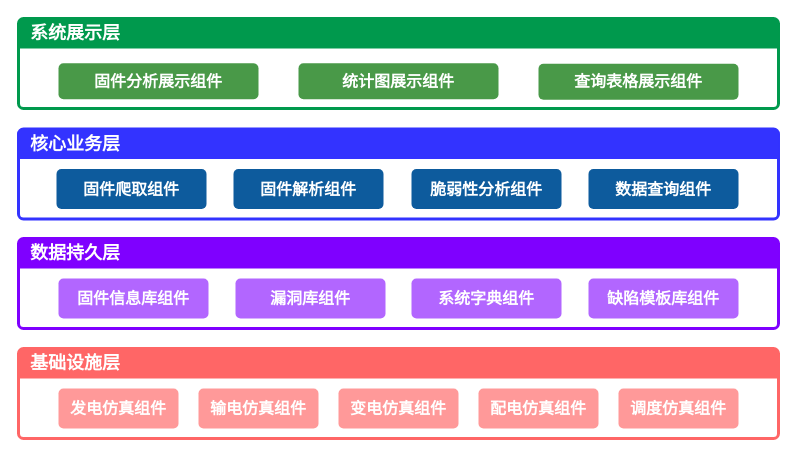
Before: page "固件漏洞" (2 of 4) of 组件关联.drawio in ytwei72/drawio, a draw.io diagram. Source tidied: cells renumbered, new cells numbered last; positions are measured from the earlier drawing's top-left corner, leaving out a move shared by most shapes. Both pictures are drawn from the tidied source at 100%, with x=0, y=0 at pixel (18, 18).
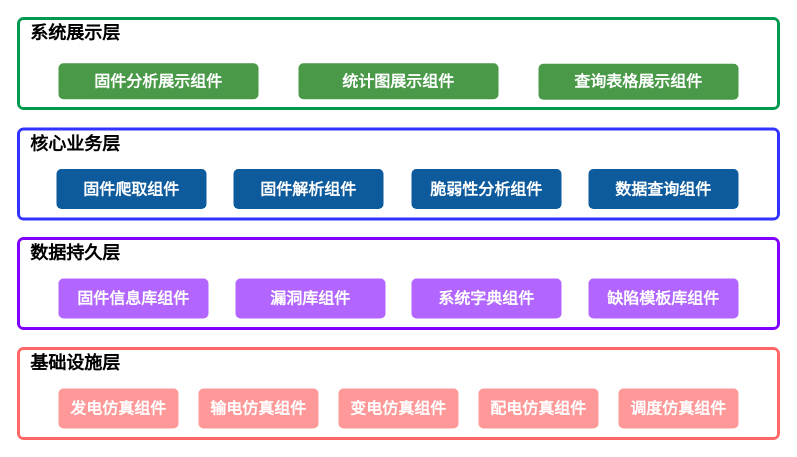
The same diagram, later.

Unchanged cells that the change refers to:
```xml
<mxCell id="2" style="html=1;shadow=0;dashed=0;shape=mxgraph.bootstrap.rrect;align=center;rSize=5;strokeColor=#00994D;fontColor=#f0f0f0;spacingTop=30;whiteSpace=wrap;fillColor=none;strokeWidth=3;" parent="1" vertex="1">
  <mxGeometry width="760" height="90" as="geometry" />
</mxCell>
<mxCell id="7" style="html=1;shadow=0;dashed=0;shape=mxgraph.bootstrap.rrect;align=center;rSize=5;strokeColor=#3333FF;fontColor=#f0f0f0;spacingTop=30;whiteSpace=wrap;fillColor=none;strokeWidth=3;" parent="1" vertex="1">
  <mxGeometry y="110.5" width="760" height="90" as="geometry" />
</mxCell>
<mxCell id="13" style="html=1;shadow=0;dashed=0;shape=mxgraph.bootstrap.rrect;align=center;rSize=5;strokeColor=#7F00FF;fontColor=#f0f0f0;spacingTop=30;whiteSpace=wrap;fillColor=none;strokeWidth=3;" parent="1" vertex="1">
  <mxGeometry y="220" width="760" height="90" as="geometry" />
</mxCell>
<mxCell id="19" style="html=1;shadow=0;dashed=0;shape=mxgraph.bootstrap.rrect;align=center;rSize=5;strokeColor=#FF6666;fontColor=#f0f0f0;spacingTop=30;whiteSpace=wrap;fillColor=none;strokeWidth=3;" parent="1" vertex="1">
  <mxGeometry y="330" width="760" height="90" as="geometry" />
</mxCell>
```

What changed in the source:
```diff
@@
-    <mxCell id="3" value="系统展示层" style="html=1;shadow=0;dashed=0;shape=mxgraph.bootstrap.topButton;rSize=5;strokeColor=none;fillColor=#00994D;fontColor=#FFFFFF;fontSize=18;fontStyle=1;align=left;spacingLeft=10;whiteSpace=wrap;" parent="2" vertex="1">
+    <mxCell id="3" value="系统展示层" style="html=1;shadow=0;dashed=0;shape=mxgraph.bootstrap.topButton;rSize=5;strokeColor=none;fillColor=none;fontColor=#000000;fontSize=18;fontStyle=1;align=left;spacingLeft=10;whiteSpace=wrap;" parent="2" vertex="1">
       <mxGeometry width="760" height="30" relative="1" as="geometry" />
     </mxCell>
@@
-    <mxCell id="8" value="核心业务层" style="html=1;shadow=0;dashed=0;shape=mxgraph.bootstrap.topButton;rSize=5;strokeColor=none;fillColor=#3333FF;fontColor=#FFFFFF;fontSize=18;fontStyle=1;align=left;spacingLeft=10;whiteSpace=wrap;" parent="7" vertex="1">
+    <mxCell id="8" value="核心业务层" style="html=1;shadow=0;dashed=0;shape=mxgraph.bootstrap.topButton;rSize=5;strokeColor=none;fillColor=none;fontColor=#000000;fontSize=18;fontStyle=1;align=left;spacingLeft=10;whiteSpace=wrap;" parent="7" vertex="1">
       <mxGeometry width="760" height="30" relative="1" as="geometry" />
     </mxCell>
@@
-    <mxCell id="14" value="数据持久层" style="html=1;shadow=0;dashed=0;shape=mxgraph.bootstrap.topButton;rSize=5;strokeColor=none;fillColor=#7F00FF;fontColor=#FFFFFF;fontSize=18;fontStyle=1;align=left;spacingLeft=10;whiteSpace=wrap;" parent="13" vertex="1">
+    <mxCell id="14" value="数据持久层" style="html=1;shadow=0;dashed=0;shape=mxgraph.bootstrap.topButton;rSize=5;strokeColor=none;fillColor=none;fontColor=#000000;fontSize=18;fontStyle=1;align=left;spacingLeft=10;whiteSpace=wrap;" parent="13" vertex="1">
       <mxGeometry width="760" height="30" relative="1" as="geometry" />
     </mxCell>
@@
-    <mxCell id="20" value="基础设施层" style="html=1;shadow=0;dashed=0;shape=mxgraph.bootstrap.topButton;rSize=5;strokeColor=none;fillColor=#FF6666;fontColor=#FFFFFF;fontSize=18;fontStyle=1;align=left;spacingLeft=10;whiteSpace=wrap;" parent="19" vertex="1">
+    <mxCell id="20" value="基础设施层" style="html=1;shadow=0;dashed=0;shape=mxgraph.bootstrap.topButton;rSize=5;strokeColor=none;fillColor=none;fontColor=#000000;fontSize=18;fontStyle=1;align=left;spacingLeft=10;whiteSpace=wrap;" parent="19" vertex="1">
       <mxGeometry width="760" height="30" relative="1" as="geometry" />
     </mxCell>
```
